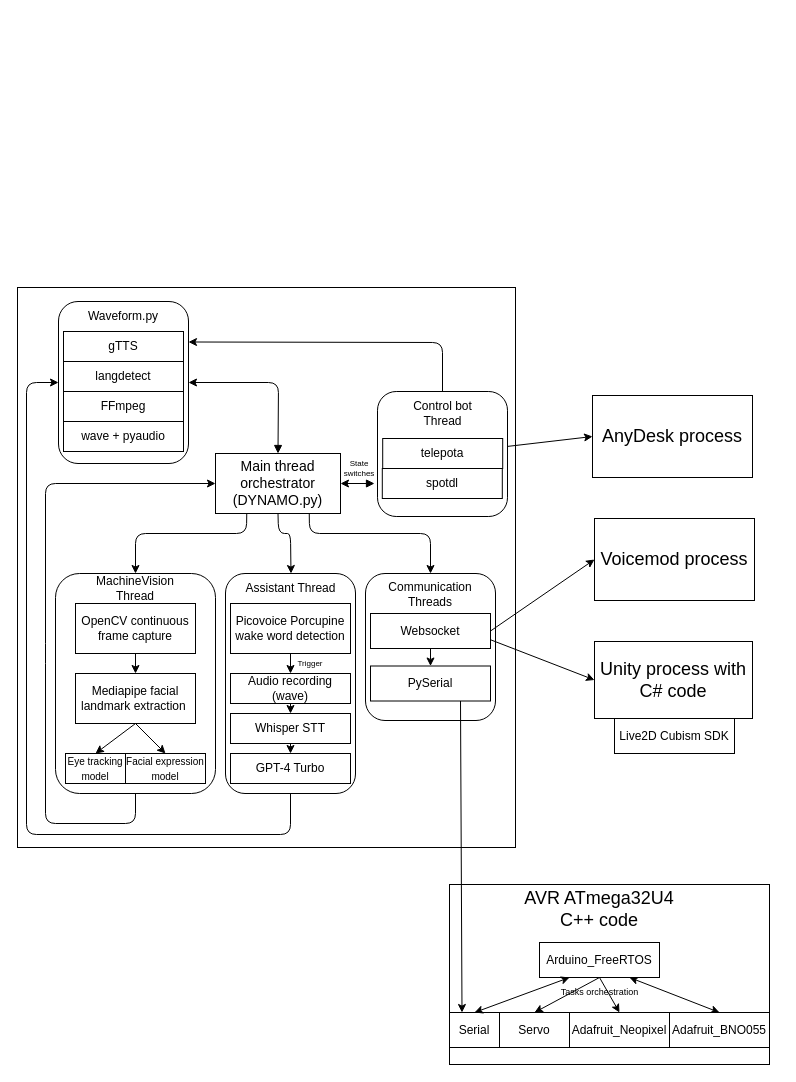
The draw.io diagram Planning/Software.drawio in MekhyW/DYNAMO-Electronic_Fursuit-2.0, before the edit. Source tidied: cells renumbered, new cells numbered last; positions are measured from the earlier drawing's top-left corner, leaving out a move shared by most shapes. Both pictures are drawn from the tidied source at 100%, with x=0, y=0 at pixel (17, 287).
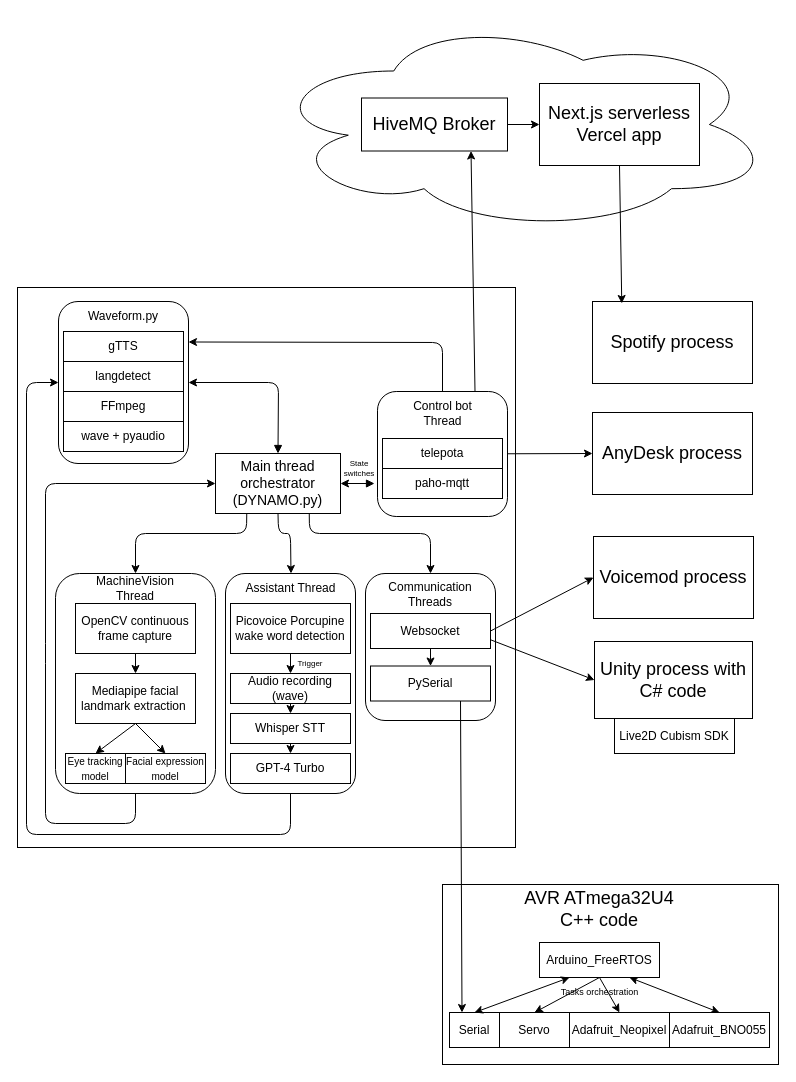
After the change.

Commit message (it also covers changes not shown here):
Update software diagram

Unchanged cells that the change refers to:
```xml
<mxCell id="61" style="rounded=1;whiteSpace=wrap;html=1;fontSize=12;" parent="1" vertex="1">
  <mxGeometry x="360" y="104" width="130" height="125" as="geometry" />
</mxCell>
```

The edit, as a diff of the source:
```diff
@@
     <mxCell id="39" value="&lt;font style=&quot;font-size: 18px;&quot;&gt;Voicemod process&lt;/font&gt;" style="rounded=0;whiteSpace=wrap;html=1;" parent="1" vertex="1">
-      <mxGeometry x="577" y="231" width="160" height="82" as="geometry" />
+      <mxGeometry x="576" y="249" width="160" height="82" as="geometry" />
     </mxCell>
@@
     <mxCell id="41" style="rounded=0;whiteSpace=wrap;html=1;" parent="1" vertex="1">
-      <mxGeometry x="432" y="597" width="320" height="180" as="geometry" />
+      <mxGeometry x="425" y="597" width="336" height="180" as="geometry" />
     </mxCell>
@@
     <mxCell id="63" value="telepota" style="rounded=0;whiteSpace=wrap;html=1;fontSize=12;" parent="1" vertex="1">
-      <mxGeometry x="365.2" y="151" width="120" height="30" as="geometry" />
+      <mxGeometry x="365" y="151" width="120" height="30" as="geometry" />
     </mxCell>
-    <mxCell id="64" value="spotdl" style="rounded=0;whiteSpace=wrap;html=1;fontSize=12;" parent="1" vertex="1">
-      <mxGeometry x="364.8" y="181" width="120" height="30" as="geometry" />
-    </mxCell>
     <mxCell id="65" value="&lt;font style=&quot;font-size: 18px;&quot;&gt;AnyDesk process&lt;/font&gt;" style="rounded=0;whiteSpace=wrap;html=1;" parent="1" vertex="1">
-      <mxGeometry x="575" y="108" width="160" height="82" as="geometry" />
+      <mxGeometry x="575" y="125" width="160" height="82" as="geometry" />
     </mxCell>
@@
+    <mxCell id="67" value="&lt;font style=&quot;font-size: 18px;&quot;&gt;Spotify process&lt;/font&gt;" style="rounded=0;whiteSpace=wrap;html=1;" parent="1" vertex="1">
+      <mxGeometry x="575" y="14" width="160" height="82" as="geometry" />
+    </mxCell>
+    <mxCell id="68" value="paho-mqtt" style="rounded=0;whiteSpace=wrap;html=1;fontSize=12;" parent="1" vertex="1">
+      <mxGeometry x="365" y="181" width="120" height="30" as="geometry" />
+    </mxCell>
+    <mxCell id="69" style="ellipse;shape=cloud;whiteSpace=wrap;html=1;" parent="1" vertex="1">
+      <mxGeometry x="250" y="-270" width="505" height="214" as="geometry" />
+    </mxCell>
+    <mxCell id="70" style="edgeStyle=none;html=1;" parent="1" edge="1" source="71" target="72">
+      <mxGeometry relative="1" as="geometry" />
+    </mxCell>
+    <mxCell id="71" value="&lt;font style=&quot;font-size: 18px;&quot;&gt;HiveMQ Broker&lt;/font&gt;" style="rounded=0;whiteSpace=wrap;html=1;" parent="1" vertex="1">
+      <mxGeometry x="344" y="-189.5" width="146" height="53" as="geometry" />
+    </mxCell>
+    <mxCell id="72" value="&lt;span style=&quot;font-size: 18px;&quot;&gt;Next.js serverless Vercel app&lt;/span&gt;" style="rounded=0;whiteSpace=wrap;html=1;" parent="1" vertex="1">
+      <mxGeometry x="522" y="-204" width="160" height="82" as="geometry" />
+    </mxCell>
+    <mxCell id="73" style="edgeStyle=none;html=1;entryX=0.183;entryY=0.024;entryDx=0;entryDy=0;exitX=0.5;exitY=1;exitDx=0;exitDy=0;entryPerimeter=0;" parent="1" edge="1" source="72" target="67">
+      <mxGeometry relative="1" as="geometry" />
+    </mxCell>
+    <mxCell id="74" style="edgeStyle=none;html=1;exitX=0.75;exitY=0;exitDx=0;exitDy=0;entryX=0.75;entryY=1;entryDx=0;entryDy=0;" parent="1" edge="1" source="61" target="71">
+      <mxGeometry relative="1" as="geometry" />
+    </mxCell>
```
